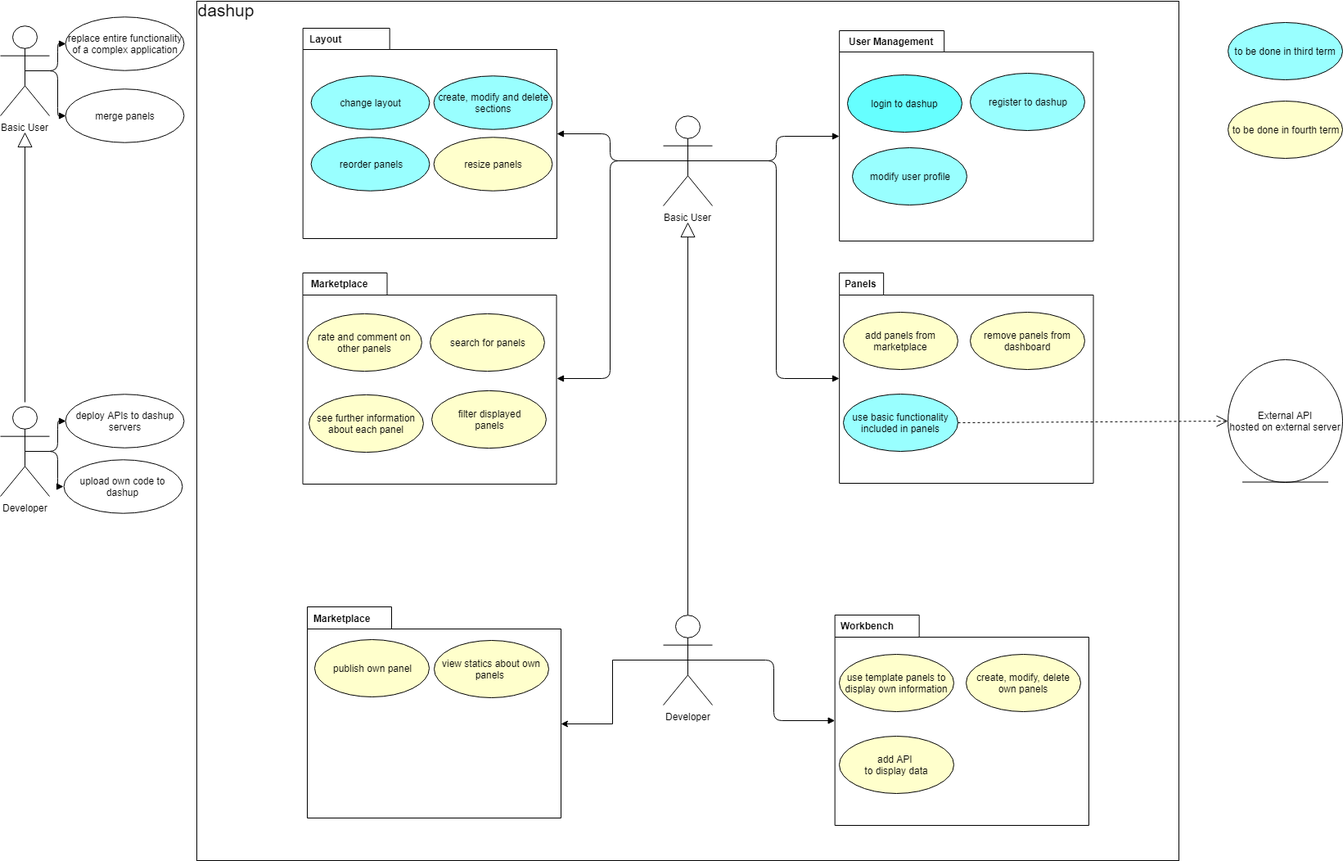
Earlier version of the draw.io export docs/specifications/srs/UCD.png (raphaelmue/dashup). Source tidied: cells renumbered, new cells last; positions are measured from the earlier drawing's top-left corner, leaving out a move shared by most shapes.
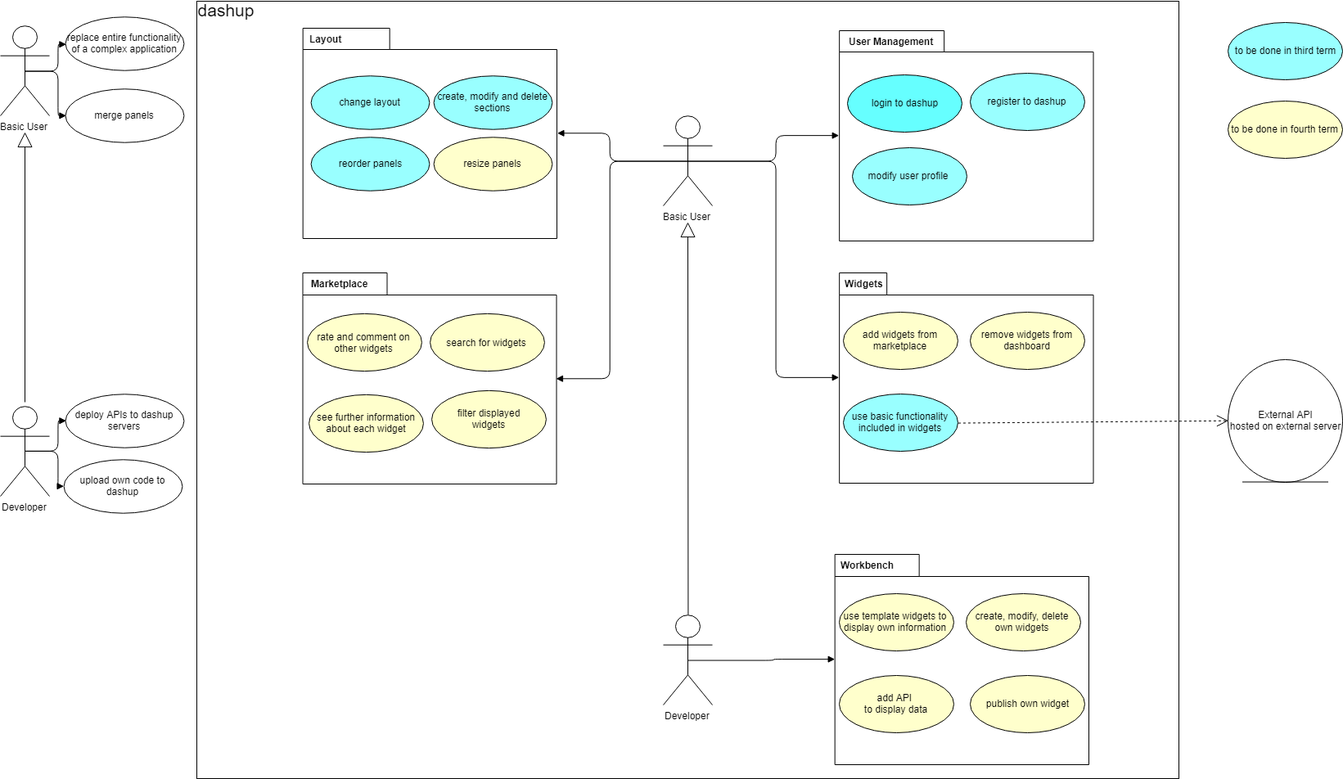
Later version of the same file.

What changed in the source:
```diff
@@ -3,11 +3,8 @@
     <mxCell id="0" />
     <mxCell id="1" parent="0" />
     <mxCell id="2" style="html=1;" parent="1" vertex="1">
-      <mxGeometry x="240" width="1200" height="1050" as="geometry" />
+      <mxGeometry x="240" width="1200" height="950" as="geometry" />
     </mxCell>
-    <mxCell id="3" style="shape=folder;fontStyle=1;spacingTop=10;tabWidth=103;tabHeight=27;tabPosition=left;html=1;" parent="1" vertex="1">
-      <mxGeometry x="375" y="740" width="310" height="258" as="geometry" />
-    </mxCell>
     <mxCell id="4" value="Basic User" style="shape=umlActor;verticalLabelPosition=bottom;labelBackgroundColor=#ffffff;verticalAlign=top;html=1;" parent="1" vertex="1">
       <mxGeometry y="30" width="60" height="110" as="geometry" />
     </mxCell>
@@ -17,9 +14,6 @@
     <mxCell id="6" value="Basic User" style="shape=umlActor;verticalLabelPosition=bottom;labelBackgroundColor=#ffffff;verticalAlign=top;html=1;" parent="1" vertex="1">
       <mxGeometry x="810" y="140" width="60" height="110" as="geometry" />
     </mxCell>
-    <mxCell id="7" style="edgeStyle=orthogonalEdgeStyle;rounded=0;jettySize=auto;html=1;exitX=0.5;exitY=0.5;exitDx=0;exitDy=0;exitPerimeter=0;entryX=0;entryY=0;entryDx=309.99999999999994;entryDy=142.5;entryPerimeter=0;" parent="1" edge="1" source="8" target="3">
-      <mxGeometry relative="1" as="geometry" />
-    </mxCell>
     <mxCell id="8" value="Developer" style="shape=umlActor;verticalLabelPosition=bottom;labelBackgroundColor=#ffffff;verticalAlign=top;html=1;" parent="1" vertex="1">
       <mxGeometry x="810" y="750" width="60" height="110" as="geometry" />
     </mxCell>
@@ -94,23 +88,23 @@
     <mxCell id="31" style="group;" parent="1" vertex="1">
       <mxGeometry x="1025.2" y="332" width="310.3" height="257" as="geometry" />
     </mxCell>
-    <mxCell id="32" style="shape=folder;fontStyle=1;spacingTop=10;tabWidth=54;tabHeight=27;tabPosition=left;html=1;" parent="31" vertex="1">
+    <mxCell id="32" style="shape=folder;fontStyle=1;spacingTop=10;tabWidth=58;tabHeight=27;tabPosition=left;html=1;" parent="31" vertex="1">
       <mxGeometry width="310.3" height="257" as="geometry" />
     </mxCell>
-    <mxCell id="33" value="&lt;span style=&quot;color: rgb(0 , 0 , 0) ; font-family: &amp;#34;helvetica&amp;#34; ; font-size: 12px ; font-style: normal ; font-weight: 700 ; letter-spacing: normal ; text-align: center ; text-indent: 0px ; text-transform: none ; white-space: nowrap ; word-spacing: 0px ; display: inline ; float: none ; background-color: rgb(255 , 255 , 255)&quot;&gt;Panels&lt;/span&gt;" style="text;html=1;" parent="31" vertex="1">
+    <mxCell id="33" value="&lt;span style=&quot;color: rgb(0 , 0 , 0) ; font-family: &amp;#34;helvetica&amp;#34; ; font-size: 12px ; font-style: normal ; font-weight: 700 ; letter-spacing: normal ; text-align: center ; text-indent: 0px ; text-transform: none ; white-space: nowrap ; word-spacing: 0px ; display: inline ; float: none ; background-color: rgb(255 , 255 , 255)&quot;&gt;Widgets&lt;/span&gt;" style="text;html=1;" parent="31" vertex="1">
       <mxGeometry x="4.8" width="60" height="30" as="geometry" />
     </mxCell>
-    <mxCell id="34" value="add panels from marketplace" style="ellipse;whiteSpace=wrap;html=1;fillColor=#FFFFCC;" parent="31" vertex="1">
+    <mxCell id="34" value="add widgets from marketplace" style="ellipse;whiteSpace=wrap;html=1;fillColor=#FFFFCC;" parent="31" vertex="1">
       <mxGeometry x="4.8" y="48" width="140" height="70" as="geometry" />
     </mxCell>
-    <mxCell id="35" value="remove panels from dashboard" style="ellipse;whiteSpace=wrap;html=1;fillColor=#FFFFCC;" parent="31" vertex="1">
+    <mxCell id="35" value="remove widgets from dashboard" style="ellipse;whiteSpace=wrap;html=1;fillColor=#FFFFCC;" parent="31" vertex="1">
       <mxGeometry x="159.8" y="48" width="140" height="70" as="geometry" />
     </mxCell>
-    <mxCell id="36" value="use basic functionality included in panels" style="ellipse;whiteSpace=wrap;html=1;fillColor=#99FFFF;" parent="31" vertex="1">
+    <mxCell id="36" value="use basic functionality included in widgets" style="ellipse;whiteSpace=wrap;html=1;fillColor=#99FFFF;" parent="31" vertex="1">
       <mxGeometry x="4.8" y="148" width="140" height="70" as="geometry" />
     </mxCell>
     <mxCell id="37" style="group;" parent="1" vertex="1">
-      <mxGeometry x="1019.7" y="750" width="310.3" height="257" as="geometry" />
+      <mxGeometry x="1019.7" y="676" width="310.3" height="257" as="geometry" />
     </mxCell>
     <mxCell id="38" style="shape=folder;fontStyle=1;spacingTop=10;tabWidth=103;tabHeight=27;tabPosition=left;html=1;" parent="37" vertex="1">
       <mxGeometry width="310.3" height="257" as="geometry" />
@@ -118,24 +112,24 @@
     <mxCell id="39" value="&lt;div style=&quot;text-align: center&quot;&gt;&lt;span&gt;&lt;font face=&quot;helvetica&quot;&gt;&lt;b&gt;Workbench&lt;/b&gt;&lt;/font&gt;&lt;/span&gt;&lt;/div&gt;" style="text;html=1;" parent="37" vertex="1">
       <mxGeometry x="4.8" width="60" height="30" as="geometry" />
     </mxCell>
-    <mxCell id="40" value="use template panels to display own information" style="ellipse;whiteSpace=wrap;html=1;fillColor=#FFFFCC;" parent="37" vertex="1">
+    <mxCell id="40" value="use template widgets to display own information" style="ellipse;whiteSpace=wrap;html=1;fillColor=#FFFFCC;" parent="37" vertex="1">
       <mxGeometry x="4.8" y="48" width="140" height="70" as="geometry" />
     </mxCell>
-    <mxCell id="41" value="create, modify, delete own panels" style="ellipse;whiteSpace=wrap;html=1;fillColor=#FFFFCC;" parent="37" vertex="1">
+    <mxCell id="41" value="create, modify, delete own widgets" style="ellipse;whiteSpace=wrap;html=1;fillColor=#FFFFCC;" parent="37" vertex="1">
       <mxGeometry x="159.8" y="48" width="140" height="70" as="geometry" />
     </mxCell>
     <mxCell id="42" value="add API &lt;br&gt;to display data" style="ellipse;whiteSpace=wrap;html=1;fillColor=#FFFFCC;" parent="37" vertex="1">
       <mxGeometry x="4.8" y="148" width="140" height="70" as="geometry" />
     </mxCell>
+    <mxCell id="70" value="publish own widget&lt;br&gt;" style="ellipse;whiteSpace=wrap;html=1;fillColor=#FFFFCC;" parent="37" vertex="1">
+      <mxGeometry x="165.3" y="148" width="140" height="70" as="geometry" />
+    </mxCell>
     <mxCell id="43" style="endArrow=block;endFill=1;html=1;edgeStyle=orthogonalEdgeStyle;align=left;verticalAlign=top;exitX=0.5;exitY=0.5;exitPerimeter=0;" parent="1" edge="1" source="8" target="38">
       <mxGeometry x="-1" relative="1" as="geometry" />
     </mxCell>
     <mxCell id="44" style="html=1;align=left;verticalAlign=bottom;labelBackgroundColor=#ffffff;fontSize=10;" parent="43" vertex="1">
       <mxGeometry x="-1" relative="1" as="geometry" />
     </mxCell>
-    <mxCell id="45" value="publish own panel&lt;br&gt;" style="ellipse;whiteSpace=wrap;html=1;fillColor=#FFFFCC;" parent="1" vertex="1">
-      <mxGeometry x="383.5" y="780" width="140" height="70" as="geometry" />
-    </mxCell>
     <mxCell id="46" value="&lt;font style=&quot;font-size: 21px&quot;&gt;dashup&lt;/font&gt;" style="text;html=1;strokeColor=none;fillColor=none;align=center;verticalAlign=middle;whiteSpace=wrap;rounded=0;" parent="1" vertex="1">
       <mxGeometry x="250" width="50" height="20" as="geometry" />
     </mxCell>
@@ -174,21 +168,18 @@
     <mxCell id="55" value="&lt;span style=&quot;color: rgb(0 , 0 , 0) ; font-family: &amp;#34;helvetica&amp;#34; ; font-size: 12px ; font-style: normal ; font-weight: 700 ; letter-spacing: normal ; text-align: center ; text-indent: 0px ; text-transform: none ; white-space: nowrap ; word-spacing: 0px ; display: inline ; float: none ; background-color: rgb(255 , 255 , 255)&quot;&gt;Marketplace&lt;/span&gt;" style="text;html=1;" parent="53" vertex="1">
       <mxGeometry x="8.3" width="89.9" height="30.1" as="geometry" />
     </mxCell>
-    <mxCell id="56" value="search for panels" style="ellipse;whiteSpace=wrap;html=1;fillColor=#FFFFCC;" parent="53" vertex="1">
+    <mxCell id="56" value="search for widgets" style="ellipse;whiteSpace=wrap;html=1;fillColor=#FFFFCC;" parent="53" vertex="1">
       <mxGeometry x="155.2" y="50.2" width="139.8" height="70.3" as="geometry" />
     </mxCell>
-    <mxCell id="57" value="rate and comment on other panels" style="ellipse;whiteSpace=wrap;html=1;fillColor=#FFFFCC;" parent="53" vertex="1">
+    <mxCell id="57" value="rate and comment on other widgets" style="ellipse;whiteSpace=wrap;html=1;fillColor=#FFFFCC;" parent="53" vertex="1">
       <mxGeometry x="5.3" y="50.2" width="139.8" height="70.3" as="geometry" />
     </mxCell>
-    <mxCell id="58" value="filter displayed&lt;br&gt;panels&lt;br&gt;" style="ellipse;whiteSpace=wrap;html=1;fillColor=#FFFFCC;" parent="53" vertex="1">
+    <mxCell id="58" value="filter displayed&lt;br&gt;widgets&lt;br&gt;" style="ellipse;whiteSpace=wrap;html=1;fillColor=#FFFFCC;" parent="53" vertex="1">
       <mxGeometry x="157.7" y="144.1" width="139.8" height="70.3" as="geometry" />
     </mxCell>
-    <mxCell id="59" value="see further information about each panel" style="ellipse;whiteSpace=wrap;html=1;fillColor=#FFFFCC;" parent="53" vertex="1">
+    <mxCell id="59" value="see further information about each widget" style="ellipse;whiteSpace=wrap;html=1;fillColor=#FFFFCC;" parent="53" vertex="1">
       <mxGeometry x="7.8" y="148.6" width="139.8" height="70.3" as="geometry" />
     </mxCell>
-    <mxCell id="60" value="view statics about own panels&amp;nbsp;" style="ellipse;whiteSpace=wrap;html=1;fillColor=#FFFFCC;" parent="1" vertex="1">
-      <mxGeometry x="530" y="781" width="140" height="70" as="geometry" />
-    </mxCell>
     <mxCell id="61" style="endArrow=block;endFill=1;html=1;edgeStyle=orthogonalEdgeStyle;align=left;verticalAlign=top;exitX=0.5;exitY=0.5;exitPerimeter=0;entryX=1;entryY=0.5;" parent="1" edge="1" source="6" target="54">
       <mxGeometry x="-1" relative="1" as="geometry" />
     </mxCell>
@@ -219,8 +210,5 @@
     <mxCell id="68" style="group;" parent="1" vertex="1">
       <mxGeometry x="383.5" y="417" width="310" height="258" as="geometry" />
     </mxCell>
-    <mxCell id="69" value="&lt;span style=&quot;color: rgb(0 , 0 , 0) ; font-family: &amp;#34;helvetica&amp;#34; ; font-size: 12px ; font-style: normal ; font-weight: 700 ; letter-spacing: normal ; text-align: center ; text-indent: 0px ; text-transform: none ; white-space: nowrap ; word-spacing: 0px ; display: inline ; float: none ; background-color: rgb(255 , 255 , 255)&quot;&gt;Marketplace&lt;/span&gt;" style="text;html=1;" parent="1" vertex="1">
-      <mxGeometry x="380.8" y="741" width="89.9" height="30.1" as="geometry" />
-    </mxCell>
   </root>
 </mxGraphModel>
```
